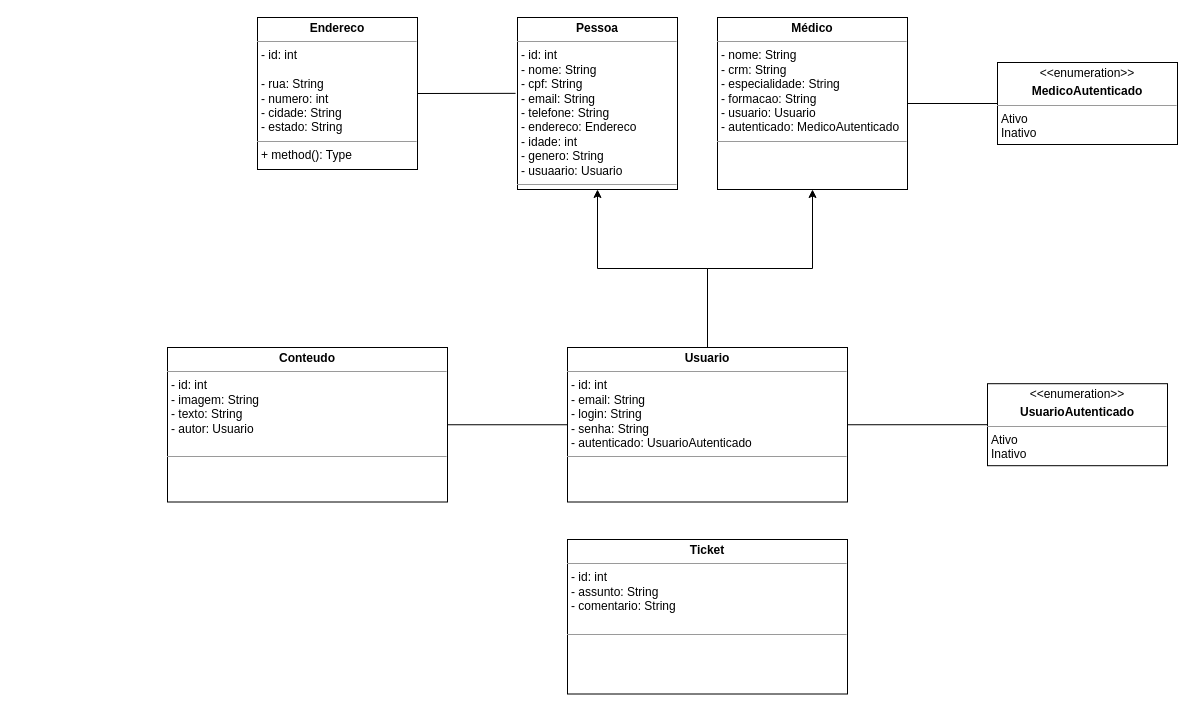
The draw.io diagram DDD/GSClassDiagram.drawio in Santlago/Global-Solution-LifeGuardian, before the edit. Source tidied: cells renumbered, new cells numbered last; positions are measured from the earlier drawing's top-left corner, leaving out a move shared by most shapes. Both pictures are drawn from the tidied source at 100%, with x=0, y=0 at pixel (167, 17).
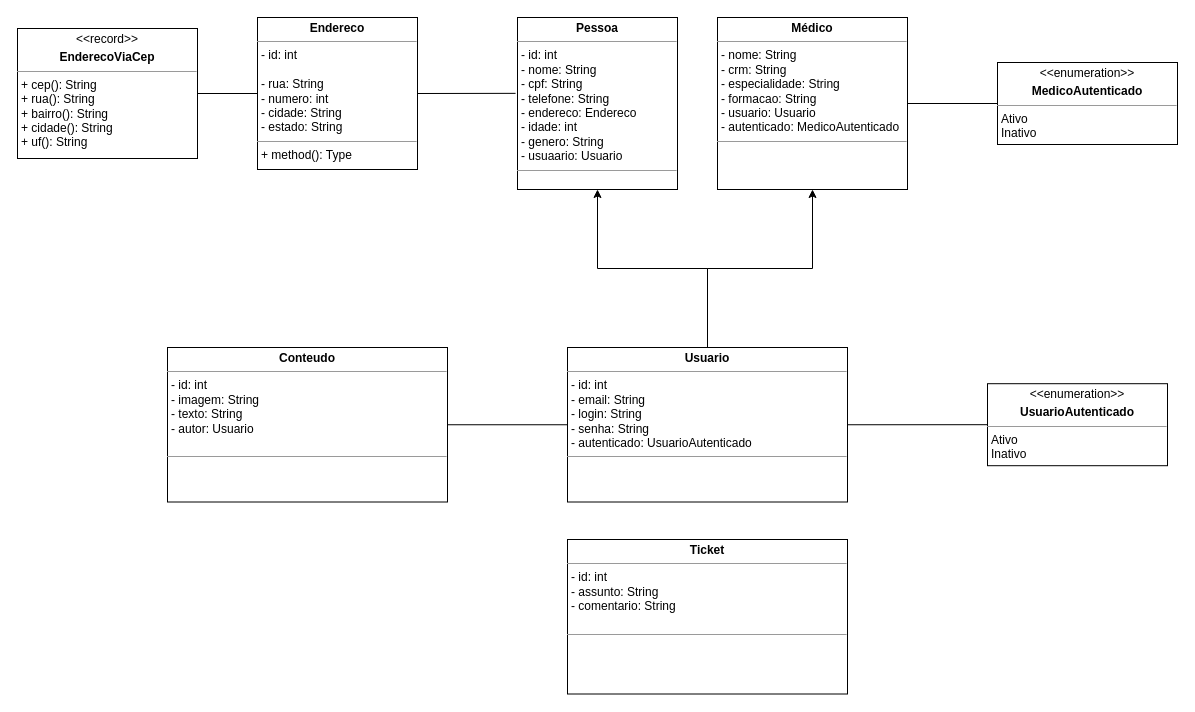
After the change.

The edit, as a diff of the source:
```diff
@@
 <mxGraphModel>
   <root>
     <mxCell id="0" />
     <mxCell id="1" parent="0" />
     <mxCell id="2" style="edgeStyle=orthogonalEdgeStyle;rounded=0;jettySize=auto;html=1;entryX=0.5;entryY=1;entryDx=0;entryDy=0;" parent="1" edge="1" source="4" target="5">
       <mxGeometry relative="1" as="geometry" />
     </mxCell>
     <mxCell id="3" style="edgeStyle=orthogonalEdgeStyle;rounded=0;jettySize=auto;html=1;entryX=0.5;entryY=1;entryDx=0;entryDy=0;" parent="1" edge="1" source="4" target="7">
       <mxGeometry relative="1" as="geometry" />
     </mxCell>
-    <mxCell id="4" value="&lt;p style=&quot;margin:0px;margin-top:4px;text-align:center;&quot;&gt;&lt;b&gt;Usuario&lt;/b&gt;&lt;/p&gt;&lt;hr size=&quot;1&quot;&gt;&lt;p style=&quot;margin:0px;margin-left:4px;&quot;&gt;&lt;span style=&quot;background-color: initial;&quot;&gt;- id: int&lt;/span&gt;&lt;br&gt;&lt;/p&gt;&lt;p style=&quot;margin:0px;margin-left:4px;&quot;&gt;&lt;span style=&quot;background-color: initial;&quot;&gt;- email: String&lt;/span&gt;&lt;/p&gt;&lt;p style=&quot;margin:0px;margin-left:4px;&quot;&gt;- login: String&lt;/p&gt;&lt;p style=&quot;margin:0px;margin-left:4px;&quot;&gt;- senha: String&lt;/p&gt;&lt;p style=&quot;margin:0px;margin-left:4px;&quot;&gt;- autenticado: UsuarioAutenticado&lt;/p&gt;&lt;hr size=&quot;1&quot;&gt;&lt;p style=&quot;margin:0px;margin-left:4px;&quot;&gt;&lt;br&gt;&lt;/p&gt;" style="verticalAlign=top;align=left;overflow=fill;fontSize=12;fontFamily=Helvetica;html=1;whiteSpace=wrap;" parent="1" vertex="1">
+    <mxCell id="4" value="&lt;p style=&quot;margin:0px;margin-top:4px;text-align:center;&quot;&gt;&lt;b&gt;Usuario&lt;/b&gt;&lt;/p&gt;&lt;hr size=&quot;1&quot;&gt;&lt;p style=&quot;margin:0px;margin-left:4px;&quot;&gt;&lt;span style=&quot;background-color: initial;&quot;&gt;- id: int&lt;/span&gt;&lt;br&gt;&lt;/p&gt;&lt;p style=&quot;margin:0px;margin-left:4px;&quot;&gt;- email: String&lt;span style=&quot;background-color: initial;&quot;&gt;&lt;br&gt;&lt;/span&gt;&lt;/p&gt;&lt;p style=&quot;margin:0px;margin-left:4px;&quot;&gt;&lt;span style=&quot;background-color: initial;&quot;&gt;- login: String&lt;/span&gt;&lt;br&gt;&lt;/p&gt;&lt;p style=&quot;margin:0px;margin-left:4px;&quot;&gt;- senha: String&lt;/p&gt;&lt;p style=&quot;margin:0px;margin-left:4px;&quot;&gt;- autenticado: UsuarioAutenticado&lt;/p&gt;&lt;hr size=&quot;1&quot;&gt;&lt;p style=&quot;margin:0px;margin-left:4px;&quot;&gt;&lt;br&gt;&lt;/p&gt;" style="verticalAlign=top;align=left;overflow=fill;fontSize=12;fontFamily=Helvetica;html=1;whiteSpace=wrap;" parent="1" vertex="1">
       <mxGeometry x="400" y="330" width="280" height="154.5" as="geometry" />
     </mxCell>
-    <mxCell id="5" value="&lt;p style=&quot;margin:0px;margin-top:4px;text-align:center;&quot;&gt;&lt;b&gt;Pessoa&lt;/b&gt;&lt;/p&gt;&lt;hr size=&quot;1&quot;&gt;&lt;p style=&quot;border-color: var(--border-color); margin: 0px 0px 0px 4px;&quot;&gt;- id: int&lt;/p&gt;&lt;p style=&quot;border-color: var(--border-color); margin: 0px 0px 0px 4px;&quot;&gt;- nome: String&lt;/p&gt;&lt;p style=&quot;border-color: var(--border-color); margin: 0px 0px 0px 4px;&quot;&gt;- cpf: String&lt;/p&gt;&lt;p style=&quot;border-color: var(--border-color); margin: 0px 0px 0px 4px;&quot;&gt;- email: String&lt;/p&gt;&lt;p style=&quot;border-color: var(--border-color); margin: 0px 0px 0px 4px;&quot;&gt;- telefone: String&lt;/p&gt;&lt;p style=&quot;border-color: var(--border-color); margin: 0px 0px 0px 4px;&quot;&gt;- endereco: Endereco&lt;/p&gt;&lt;p style=&quot;border-color: var(--border-color); margin: 0px 0px 0px 4px;&quot;&gt;- idade: int&lt;/p&gt;&lt;p style=&quot;border-color: var(--border-color); margin: 0px 0px 0px 4px;&quot;&gt;- genero: String&lt;/p&gt;&lt;p style=&quot;border-color: var(--border-color); margin: 0px 0px 0px 4px;&quot;&gt;- usuaario: Usuario&lt;/p&gt;&lt;hr size=&quot;1&quot;&gt;&lt;p style=&quot;margin:0px;margin-left:4px;&quot;&gt;&lt;br&gt;&lt;/p&gt;" style="verticalAlign=top;align=left;overflow=fill;fontSize=12;fontFamily=Helvetica;html=1;whiteSpace=wrap;" parent="1" vertex="1">
+    <mxCell id="5" value="&lt;p style=&quot;margin:0px;margin-top:4px;text-align:center;&quot;&gt;&lt;b&gt;Pessoa&lt;/b&gt;&lt;/p&gt;&lt;hr size=&quot;1&quot;&gt;&lt;p style=&quot;border-color: var(--border-color); margin: 0px 0px 0px 4px;&quot;&gt;- id: int&lt;/p&gt;&lt;p style=&quot;border-color: var(--border-color); margin: 0px 0px 0px 4px;&quot;&gt;- nome: String&lt;/p&gt;&lt;p style=&quot;border-color: var(--border-color); margin: 0px 0px 0px 4px;&quot;&gt;- cpf: String&lt;/p&gt;&lt;p style=&quot;border-color: var(--border-color); margin: 0px 0px 0px 4px;&quot;&gt;- telefone: String&lt;/p&gt;&lt;p style=&quot;border-color: var(--border-color); margin: 0px 0px 0px 4px;&quot;&gt;- endereco: Endereco&lt;/p&gt;&lt;p style=&quot;border-color: var(--border-color); margin: 0px 0px 0px 4px;&quot;&gt;- idade: int&lt;/p&gt;&lt;p style=&quot;border-color: var(--border-color); margin: 0px 0px 0px 4px;&quot;&gt;- genero: String&lt;/p&gt;&lt;p style=&quot;border-color: var(--border-color); margin: 0px 0px 0px 4px;&quot;&gt;- usuaario: Usuario&lt;/p&gt;&lt;hr size=&quot;1&quot;&gt;&lt;p style=&quot;margin:0px;margin-left:4px;&quot;&gt;&lt;br&gt;&lt;/p&gt;" style="verticalAlign=top;align=left;overflow=fill;fontSize=12;fontFamily=Helvetica;html=1;whiteSpace=wrap;" parent="1" vertex="1">
       <mxGeometry x="350" width="160" height="172" as="geometry" />
     </mxCell>
     <mxCell id="6" value="&lt;p style=&quot;margin:0px;margin-top:4px;text-align:center;&quot;&gt;&lt;b&gt;Conteudo&lt;/b&gt;&lt;/p&gt;&lt;hr size=&quot;1&quot;&gt;&lt;p style=&quot;margin:0px;margin-left:4px;&quot;&gt;- id: int&lt;/p&gt;&lt;p style=&quot;margin:0px;margin-left:4px;&quot;&gt;- imagem: String&lt;/p&gt;&lt;p style=&quot;margin:0px;margin-left:4px;&quot;&gt;- texto: String&lt;/p&gt;&lt;p style=&quot;margin:0px;margin-left:4px;&quot;&gt;- autor: Usuario&lt;/p&gt;&lt;p style=&quot;margin:0px;margin-left:4px;&quot;&gt;&lt;br&gt;&lt;/p&gt;&lt;hr size=&quot;1&quot;&gt;&lt;p style=&quot;margin:0px;margin-left:4px;&quot;&gt;&lt;br&gt;&lt;/p&gt;" style="verticalAlign=top;align=left;overflow=fill;fontSize=12;fontFamily=Helvetica;html=1;whiteSpace=wrap;" parent="1" vertex="1">
       <mxGeometry y="330" width="280" height="154.5" as="geometry" />
     </mxCell>
     <mxCell id="7" value="&lt;p style=&quot;margin:0px;margin-top:4px;text-align:center;&quot;&gt;&lt;b&gt;Médico&lt;/b&gt;&lt;/p&gt;&lt;hr size=&quot;1&quot;&gt;&lt;p style=&quot;border-color: var(--border-color); margin: 0px 0px 0px 4px;&quot;&gt;&lt;span style=&quot;background-color: initial;&quot;&gt;- nome: String&lt;/span&gt;&lt;/p&gt;&lt;p style=&quot;border-color: var(--border-color); margin: 0px 0px 0px 4px;&quot;&gt;- crm: String&lt;br&gt;&lt;/p&gt;&lt;p style=&quot;border-color: var(--border-color); margin: 0px 0px 0px 4px;&quot;&gt;- especialidade: String&lt;/p&gt;&lt;p style=&quot;border-color: var(--border-color); margin: 0px 0px 0px 4px;&quot;&gt;- formacao: String&lt;/p&gt;&lt;p style=&quot;border-color: var(--border-color); margin: 0px 0px 0px 4px;&quot;&gt;- usuario: Usuario&lt;/p&gt;&lt;p style=&quot;border-color: var(--border-color); margin: 0px 0px 0px 4px;&quot;&gt;- autenticado: MedicoAutenticado&lt;/p&gt;&lt;hr size=&quot;1&quot;&gt;&lt;p style=&quot;margin:0px;margin-left:4px;&quot;&gt;&lt;br&gt;&lt;/p&gt;" style="verticalAlign=top;align=left;overflow=fill;fontSize=12;fontFamily=Helvetica;html=1;whiteSpace=wrap;" parent="1" vertex="1">
       <mxGeometry x="550" width="190" height="172" as="geometry" />
     </mxCell>
     <mxCell id="8" value="&lt;p style=&quot;margin:0px;margin-top:4px;text-align:center;&quot;&gt;&lt;b&gt;Endereco&lt;/b&gt;&lt;/p&gt;&lt;hr size=&quot;1&quot;&gt;&lt;p style=&quot;border-color: var(--border-color); margin: 0px 0px 0px 4px;&quot;&gt;- id: int&lt;/p&gt;&lt;div&gt;&lt;br&gt;&lt;/div&gt;&lt;p style=&quot;margin:0px;margin-left:4px;&quot;&gt;- rua: String&lt;br&gt;&lt;/p&gt;&lt;p style=&quot;margin:0px;margin-left:4px;&quot;&gt;- numero: int&lt;/p&gt;&lt;p style=&quot;margin:0px;margin-left:4px;&quot;&gt;- cidade: String&lt;/p&gt;&lt;p style=&quot;margin:0px;margin-left:4px;&quot;&gt;- estado: String&lt;/p&gt;&lt;hr size=&quot;1&quot;&gt;&lt;p style=&quot;margin:0px;margin-left:4px;&quot;&gt;+ method(): Type&lt;/p&gt;" style="verticalAlign=top;align=left;overflow=fill;fontSize=12;fontFamily=Helvetica;html=1;whiteSpace=wrap;" parent="1" vertex="1">
       <mxGeometry x="90" width="160" height="152" as="geometry" />
     </mxCell>
     <mxCell id="9" style="endArrow=none;html=1;rounded=0;entryX=1;entryY=0.5;entryDx=0;entryDy=0;exitX=-0.012;exitY=0.441;exitDx=0;exitDy=0;exitPerimeter=0;" parent="1" edge="1" source="5" target="8">
       <mxGeometry relative="1" as="geometry" />
     </mxCell>
     <mxCell id="10" value="&lt;p style=&quot;margin:0px;margin-top:4px;text-align:center;&quot;&gt;&amp;lt;&amp;lt;enumeration&amp;gt;&amp;gt;&lt;/p&gt;&lt;p style=&quot;margin:0px;margin-top:4px;text-align:center;&quot;&gt;&lt;b&gt;MedicoAutenticado&lt;/b&gt;&lt;/p&gt;&lt;hr size=&quot;1&quot;&gt;&lt;p style=&quot;margin:0px;margin-left:4px;&quot;&gt;Ativo&lt;/p&gt;&lt;p style=&quot;margin:0px;margin-left:4px;&quot;&gt;Inativo&lt;/p&gt;" style="verticalAlign=top;align=left;overflow=fill;fontSize=12;fontFamily=Helvetica;html=1;whiteSpace=wrap;" parent="1" vertex="1">
       <mxGeometry x="830" y="45" width="180" height="82" as="geometry" />
     </mxCell>
     <mxCell id="11" value="&lt;p style=&quot;margin:0px;margin-top:4px;text-align:center;&quot;&gt;&amp;lt;&amp;lt;enumeration&amp;gt;&amp;gt;&lt;/p&gt;&lt;p style=&quot;margin:0px;margin-top:4px;text-align:center;&quot;&gt;&lt;b&gt;UsuarioAutenticado&lt;/b&gt;&lt;/p&gt;&lt;hr size=&quot;1&quot;&gt;&lt;p style=&quot;margin:0px;margin-left:4px;&quot;&gt;Ativo&lt;/p&gt;&lt;p style=&quot;margin:0px;margin-left:4px;&quot;&gt;Inativo&lt;/p&gt;" style="verticalAlign=top;align=left;overflow=fill;fontSize=12;fontFamily=Helvetica;html=1;whiteSpace=wrap;" parent="1" vertex="1">
       <mxGeometry x="820" y="366.2" width="180" height="82" as="geometry" />
     </mxCell>
     <mxCell id="12" style="endArrow=none;html=1;rounded=0;entryX=1;entryY=0.5;entryDx=0;entryDy=0;exitX=0;exitY=0.5;exitDx=0;exitDy=0;" parent="1" edge="1" source="11" target="4">
       <mxGeometry relative="1" as="geometry" />
     </mxCell>
     <mxCell id="13" style="endArrow=none;html=1;rounded=0;entryX=1;entryY=0.5;entryDx=0;entryDy=0;exitX=0;exitY=0.5;exitDx=0;exitDy=0;" parent="1" edge="1" source="10" target="7">
       <mxGeometry relative="1" as="geometry" />
     </mxCell>
     <mxCell id="14" value="&lt;p style=&quot;margin:0px;margin-top:4px;text-align:center;&quot;&gt;&lt;b&gt;Ticket&lt;/b&gt;&lt;/p&gt;&lt;hr size=&quot;1&quot;&gt;&lt;p style=&quot;margin:0px;margin-left:4px;&quot;&gt;- id: int&lt;/p&gt;&lt;p style=&quot;margin:0px;margin-left:4px;&quot;&gt;- assunto: String&lt;/p&gt;&lt;p style=&quot;margin:0px;margin-left:4px;&quot;&gt;- comentario: String&lt;/p&gt;&lt;p style=&quot;margin:0px;margin-left:4px;&quot;&gt;&lt;br&gt;&lt;/p&gt;&lt;hr size=&quot;1&quot;&gt;&lt;p style=&quot;margin:0px;margin-left:4px;&quot;&gt;&lt;br&gt;&lt;/p&gt;" style="verticalAlign=top;align=left;overflow=fill;fontSize=12;fontFamily=Helvetica;html=1;whiteSpace=wrap;" parent="1" vertex="1">
       <mxGeometry x="400" y="522" width="280" height="154.5" as="geometry" />
     </mxCell>
     <mxCell id="15" style="endArrow=none;html=1;rounded=0;entryX=1;entryY=0.5;entryDx=0;entryDy=0;exitX=0;exitY=0.5;exitDx=0;exitDy=0;" parent="1" edge="1" source="4" target="6">
       <mxGeometry relative="1" as="geometry" />
     </mxCell>
+    <mxCell id="16" value="&lt;p style=&quot;margin:0px;margin-top:4px;text-align:center;&quot;&gt;&amp;lt;&amp;lt;record&amp;gt;&amp;gt;&lt;/p&gt;&lt;p style=&quot;margin:0px;margin-top:4px;text-align:center;&quot;&gt;&lt;b&gt;EnderecoViaCep&lt;/b&gt;&lt;/p&gt;&lt;hr size=&quot;1&quot;&gt;&lt;p style=&quot;margin:0px;margin-left:4px;&quot;&gt;+ cep(): String&lt;/p&gt;&lt;p style=&quot;margin:0px;margin-left:4px;&quot;&gt;+ rua(): String&lt;br&gt;&lt;/p&gt;&lt;p style=&quot;margin:0px;margin-left:4px;&quot;&gt;+ bairro(): String&lt;br&gt;&lt;/p&gt;&lt;p style=&quot;margin:0px;margin-left:4px;&quot;&gt;+ cidade(): String&lt;br&gt;&lt;/p&gt;&lt;p style=&quot;margin:0px;margin-left:4px;&quot;&gt;+ uf(): String&lt;br&gt;&lt;/p&gt;" style="verticalAlign=top;align=left;overflow=fill;fontSize=12;fontFamily=Helvetica;html=1;whiteSpace=wrap;" parent="1" vertex="1">
+      <mxGeometry x="-150" y="11" width="180" height="130" as="geometry" />
+    </mxCell>
+    <mxCell id="17" style="endArrow=none;html=1;rounded=0;entryX=1;entryY=0.5;entryDx=0;entryDy=0;exitX=0;exitY=0.5;exitDx=0;exitDy=0;" parent="1" edge="1" source="8" target="16">
+      <mxGeometry relative="1" as="geometry" />
+    </mxCell>
   </root>
 </mxGraphModel>
```
